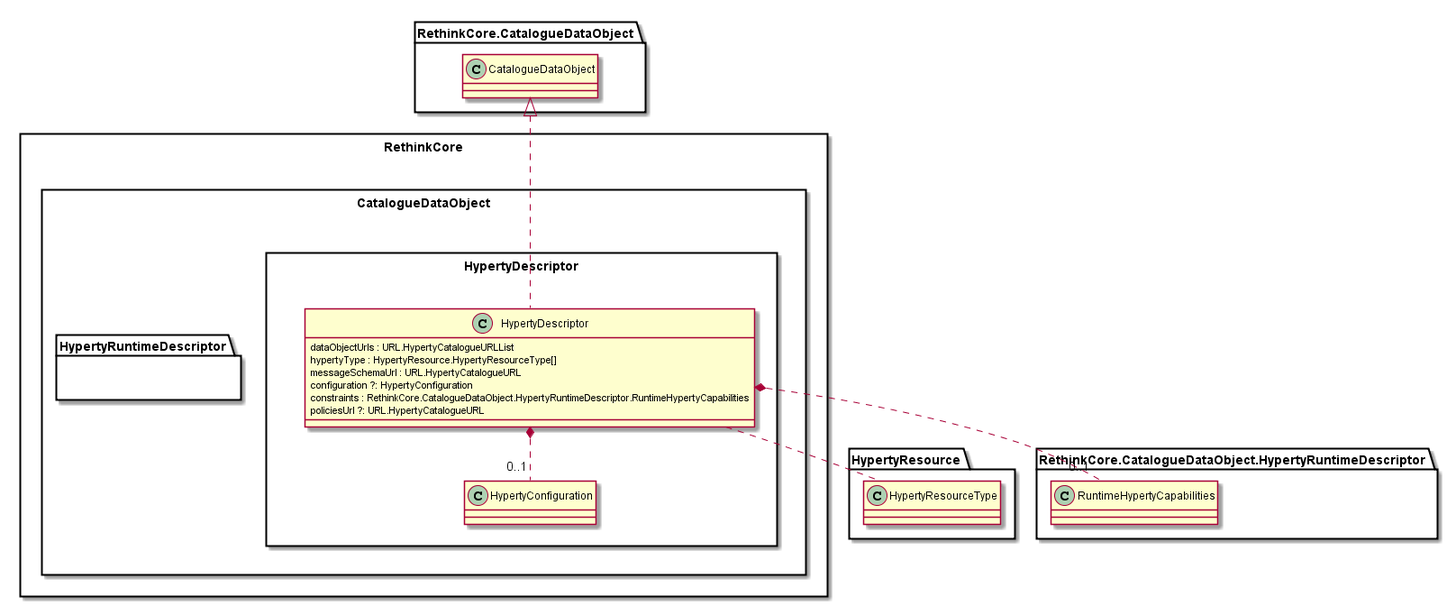
This is datamodel/core/hyperty-catalogue/Hyperty-Descriptor-Data-Object-Model.png from reTHINK-project/specs, a PlantUML export, as it was before one commit.
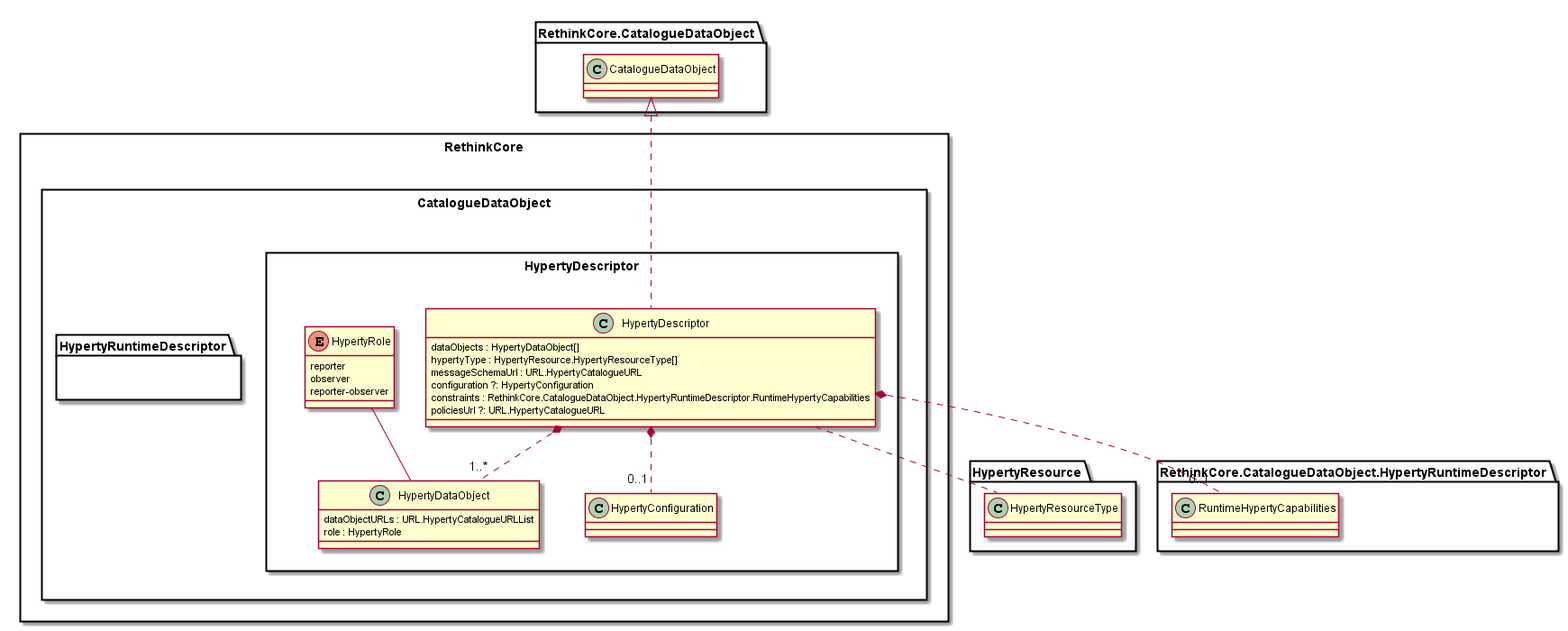
After the commit.

Change to the diagram source:
```diff
@@ -10,7 +10,7 @@
 		package HypertyDescriptor <<Rect>> {
 
 			class HypertyDescriptor {
-				dataObjectUrls : URL.HypertyCatalogueURLList
+				dataObjects : HypertyDataObject[]
 				hypertyType : HypertyResource.HypertyResourceType[]
 				messageSchemaUrl : URL.HypertyCatalogueURL
 				configuration ?: HypertyConfiguration
@@ -18,16 +18,28 @@
 				policiesUrl ?: URL.HypertyCatalogueURL
 			}
 
+			class HypertyDataObject {
+				dataObjectURLs : URL.HypertyCatalogueURLList
+				role : HypertyRole
+			}
+
+			enum HypertyRole {
+				reporter
+				observer
+				reporter-observer
+			}
 
 			class HypertyConfiguration {
 			}
 
 			HypertyDescriptor .up.|> RethinkCore.CatalogueDataObject.CatalogueDataObject
 
+			HypertyDescriptor *.."1..*" HypertyDataObject
 			HypertyDescriptor .. HypertyResource.HypertyResourceType
 			HypertyDescriptor *.. "0..1" RethinkCore.CatalogueDataObject.HypertyRuntimeDescriptor.RuntimeHypertyCapabilities
 			HypertyDescriptor *.. "0..1" HypertyConfiguration
 
+			HypertyRole -- HypertyDataObject
 		}
 	}
 }
```
